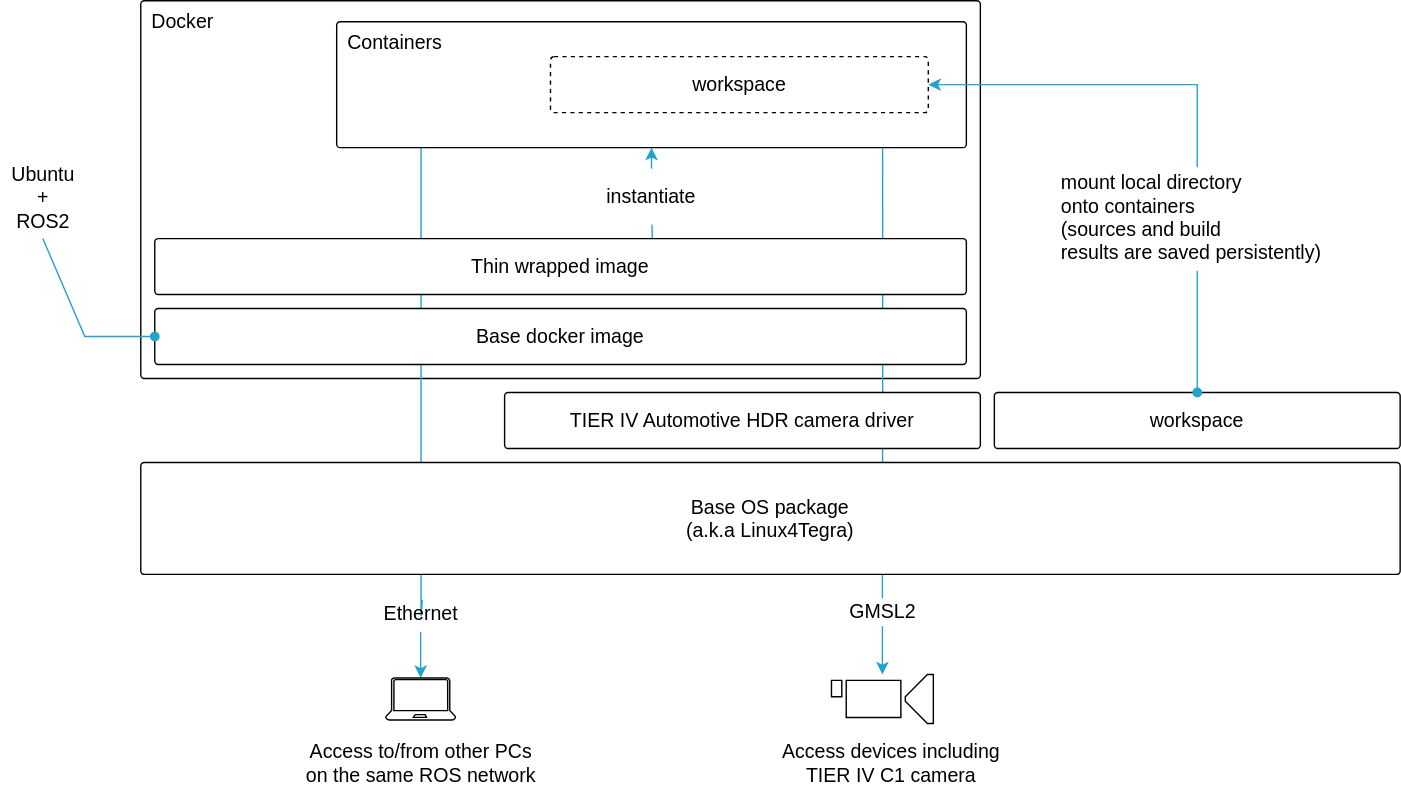
tier4/edge-auto-jetson keeps this draw.io diagram as docs/overview.drawio.svg. Above is the earlier version. Source tidied: cells renumbered, new cells last; positions are measured from the earlier drawing's top-left corner, leaving out a move shared by most shapes. The source it was exported from:
```xml
<mxGraphModel>
  <root>
    <mxCell id="0" />
    <mxCell id="1" parent="0" />
    <mxCell id="2" value="Docker" style="rounded=1;whiteSpace=wrap;html=1;fontSize=14;arcSize=5;absoluteArcSize=1;align=left;verticalAlign=top;spacingLeft=6;" parent="1" vertex="1">
      <mxGeometry x="100" width="600" height="270" as="geometry" />
    </mxCell>
    <mxCell id="3" style="edgeStyle=orthogonalEdgeStyle;rounded=0;jettySize=auto;html=1;strokeWidth=1;fontSize=24;startArrow=none;startFill=0;endArrow=none;endFill=0;entryX=0.517;entryY=0;entryDx=0;entryDy=0;strokeColor=#22A3CD;exitX=0.134;exitY=0.994;exitDx=0;exitDy=0;exitPerimeter=0;entryPerimeter=0;" parent="1" edge="1" source="6" target="18">
      <mxGeometry relative="1" as="geometry">
        <Array as="points">
          <mxPoint x="300" y="440" />
          <mxPoint x="301" y="440" />
        </Array>
      </mxGeometry>
    </mxCell>
    <mxCell id="4" style="edgeStyle=orthogonalEdgeStyle;rounded=0;jettySize=auto;html=1;strokeWidth=1;fontSize=24;startArrow=none;startFill=0;endArrow=classic;endFill=1;strokeColor=#22A3CD;" parent="1" edge="1" source="15" target="10">
      <mxGeometry relative="1" as="geometry" />
    </mxCell>
    <mxCell id="5" style="edgeStyle=orthogonalEdgeStyle;rounded=0;jettySize=auto;html=1;exitX=0.5;exitY=1;exitDx=0;exitDy=0;entryX=0.613;entryY=0.038;entryDx=0;entryDy=0;entryPerimeter=0;strokeColor=#22A3CD;strokeWidth=1;fontSize=24;fontColor=#FFFFFF;startArrow=classic;startFill=1;endArrow=none;endFill=0;" parent="1" edge="1" source="6" target="22">
      <mxGeometry relative="1" as="geometry" />
    </mxCell>
    <mxCell id="6" value="&lt;font style=&quot;font-size: 14px&quot;&gt;Containers&lt;/font&gt;" style="rounded=1;whiteSpace=wrap;html=1;fontSize=14;arcSize=5;absoluteArcSize=1;align=left;verticalAlign=top;spacingLeft=6;" parent="1" vertex="1">
      <mxGeometry x="240" y="15" width="450" height="90" as="geometry" />
    </mxCell>
    <mxCell id="7" value="workspace" style="rounded=1;whiteSpace=wrap;html=1;fontSize=14;arcSize=5;dashed=1;absoluteArcSize=1;" parent="1" vertex="1">
      <mxGeometry x="392.8" y="40" width="270" height="40" as="geometry" />
    </mxCell>
    <mxCell id="8" value="instantiate" style="text;html=1;align=center;verticalAlign=middle;whiteSpace=wrap;rounded=0;fontSize=14;fillColor=default;" parent="1" vertex="1">
      <mxGeometry x="415" y="120" width="100" height="40" as="geometry" />
    </mxCell>
    <mxCell id="9" value="Ubuntu&lt;br style=&quot;font-size: 14px;&quot;&gt;+&lt;br style=&quot;font-size: 14px;&quot;&gt;&lt;div style=&quot;font-size: 14px;&quot;&gt;&lt;span style=&quot;background-color: initial; font-size: 14px;&quot;&gt;ROS2&lt;/span&gt;&lt;/div&gt;" style="text;html=1;align=center;verticalAlign=top;points=[];strokeColor=none;fillColor=none;fontSize=14;spacing=1;" parent="1" vertex="1">
      <mxGeometry y="110" width="60" height="60" as="geometry" />
    </mxCell>
    <mxCell id="10" style="sketch=0;shadow=0;dashed=0;html=1;labelPosition=center;verticalLabelPosition=bottom;verticalAlign=top;outlineConnect=0;align=center;shape=mxgraph.office.devices.video_camera;fontSize=24;" parent="1" vertex="1">
      <mxGeometry x="593.6" y="481.5" width="72.8" height="35" as="geometry" />
    </mxCell>
    <mxCell id="11" style="edgeStyle=orthogonalEdgeStyle;rounded=0;jettySize=auto;html=1;strokeColor=#22A3CD;strokeWidth=1;fontSize=24;fontColor=#FFFFFF;startArrow=none;startFill=0;endArrow=classic;endFill=1;exitX=0.5;exitY=1.15;exitDx=0;exitDy=0;exitPerimeter=0;entryX=0.5;entryY=0;entryDx=0;entryDy=0;entryPerimeter=0;" parent="1" edge="1" source="18" target="17">
      <mxGeometry relative="1" as="geometry" />
    </mxCell>
    <mxCell id="12" value="Access to/from&amp;nbsp;other PCs &lt;br style=&quot;font-size: 14px;&quot;&gt;on the same ROS network" style="text;html=1;align=center;verticalAlign=middle;strokeColor=none;fillColor=none;fontSize=14;" parent="1" vertex="1">
      <mxGeometry x="210" y="525" width="180" height="40" as="geometry" />
    </mxCell>
    <mxCell id="13" value="Access devices including &lt;br style=&quot;font-size: 14px;&quot;&gt;TIER IV C1 camera" style="text;html=1;align=center;verticalAlign=middle;strokeColor=none;fillColor=none;fontSize=14;" parent="1" vertex="1">
      <mxGeometry x="551.4" y="525" width="170" height="40" as="geometry" />
    </mxCell>
    <mxCell id="14" value="mount local directory &lt;br style=&quot;font-size: 14px;&quot;&gt;onto containers&lt;br style=&quot;font-size: 14px;&quot;&gt;&amp;nbsp;(sources and build &lt;br style=&quot;font-size: 14px;&quot;&gt;results are saved persistently)" style="text;html=1;align=left;verticalAlign=middle;points=[];strokeColor=none;fillColor=none;fontSize=14;" parent="1" vertex="1">
      <mxGeometry x="756" y="120" width="200" height="70" as="geometry" />
    </mxCell>
    <mxCell id="15" value="GMSL2" style="text;html=1;align=center;verticalAlign=middle;points=[];strokeColor=none;fillColor=none;fontSize=14;" parent="1" vertex="1">
      <mxGeometry x="600" y="427" width="60" height="20" as="geometry" />
    </mxCell>
    <mxCell id="16" style="edgeStyle=orthogonalEdgeStyle;rounded=0;jettySize=auto;html=1;exitX=0.867;exitY=1.004;exitDx=0;exitDy=0;strokeWidth=1;fontSize=24;startArrow=none;startFill=0;endArrow=none;endFill=1;strokeColor=#22A3CD;exitPerimeter=0;" parent="1" edge="1" source="6" target="15">
      <mxGeometry relative="1" as="geometry" />
    </mxCell>
    <mxCell id="17" style="verticalLabelPosition=bottom;html=1;verticalAlign=top;align=center;shape=mxgraph.azure.laptop;fontSize=14;" parent="1" vertex="1">
      <mxGeometry x="275" y="484" width="50" height="30" as="geometry" />
    </mxCell>
    <mxCell id="18" value="Ethernet" style="text;html=1;align=center;verticalAlign=middle;points=[];strokeColor=none;fillColor=none;fontSize=14;" parent="1" vertex="1">
      <mxGeometry x="265" y="428" width="70" height="20" as="geometry" />
    </mxCell>
    <mxCell id="19" value="workspace" style="rounded=1;whiteSpace=wrap;html=1;fontSize=14;arcSize=5;absoluteArcSize=1;" parent="1" vertex="1">
      <mxGeometry x="710" y="280" width="290" height="40" as="geometry" />
    </mxCell>
    <mxCell id="20" value="TIER IV Automotive HDR camera driver" style="rounded=1;whiteSpace=wrap;html=1;fontSize=14;arcSize=5;absoluteArcSize=1;" parent="1" vertex="1">
      <mxGeometry x="360" y="280" width="340" height="40" as="geometry" />
    </mxCell>
    <mxCell id="21" value="Base docker image" style="rounded=1;whiteSpace=wrap;html=1;fontSize=14;arcSize=5;absoluteArcSize=1;" parent="1" vertex="1">
      <mxGeometry x="110" y="220" width="580" height="40" as="geometry" />
    </mxCell>
    <mxCell id="22" value="Thin wrapped image" style="rounded=1;whiteSpace=wrap;html=1;fontSize=14;arcSize=5;absoluteArcSize=1;" parent="1" vertex="1">
      <mxGeometry x="110" y="170" width="580" height="40" as="geometry" />
    </mxCell>
    <mxCell id="23" value="Base OS package&lt;br style=&quot;font-size: 14px&quot;&gt;(a.k.a Linux4Tegra)" style="rounded=1;whiteSpace=wrap;html=1;fontSize=14;arcSize=5;absoluteArcSize=1;" parent="1" vertex="1">
      <mxGeometry x="100" y="330" width="900" height="80" as="geometry" />
    </mxCell>
    <mxCell id="24" style="endArrow=oval;html=1;rounded=0;fontSize=24;exitX=0.5;exitY=1;exitDx=0;exitDy=0;startArrow=none;startFill=0;strokeWidth=1;endFill=1;exitPerimeter=0;strokeColor=#22A3CD;entryX=0;entryY=0.5;entryDx=0;entryDy=0;" parent="1" edge="1" source="9" target="21">
      <mxGeometry x="-1" y="101" relative="1" as="geometry">
        <Array as="points">
          <mxPoint x="60" y="240" />
        </Array>
        <mxPoint x="-3" y="-6" as="offset" />
      </mxGeometry>
    </mxCell>
    <mxCell id="25" style="edgeStyle=orthogonalEdgeStyle;rounded=0;jettySize=auto;html=1;exitX=0.5;exitY=0;exitDx=0;exitDy=0;strokeWidth=1;fontSize=24;startArrow=oval;startFill=1;strokeColor=#22a3cd;endArrow=none;entryX=0.495;entryY=1.043;entryDx=0;entryDy=0;entryPerimeter=0;" parent="1" edge="1" source="19" target="14">
      <mxGeometry relative="1" as="geometry" />
    </mxCell>
    <mxCell id="26" style="edgeStyle=orthogonalEdgeStyle;rounded=0;jettySize=auto;html=1;exitX=0.495;exitY=-0.014;exitDx=0;exitDy=0;entryX=1;entryY=0.5;entryDx=0;entryDy=0;strokeWidth=1;fontSize=24;startArrow=none;startFill=1;strokeColor=#22a3cd;exitPerimeter=0;" parent="1" edge="1" source="14" target="7">
      <mxGeometry relative="1" as="geometry" />
    </mxCell>
  </root>
</mxGraphModel>
```
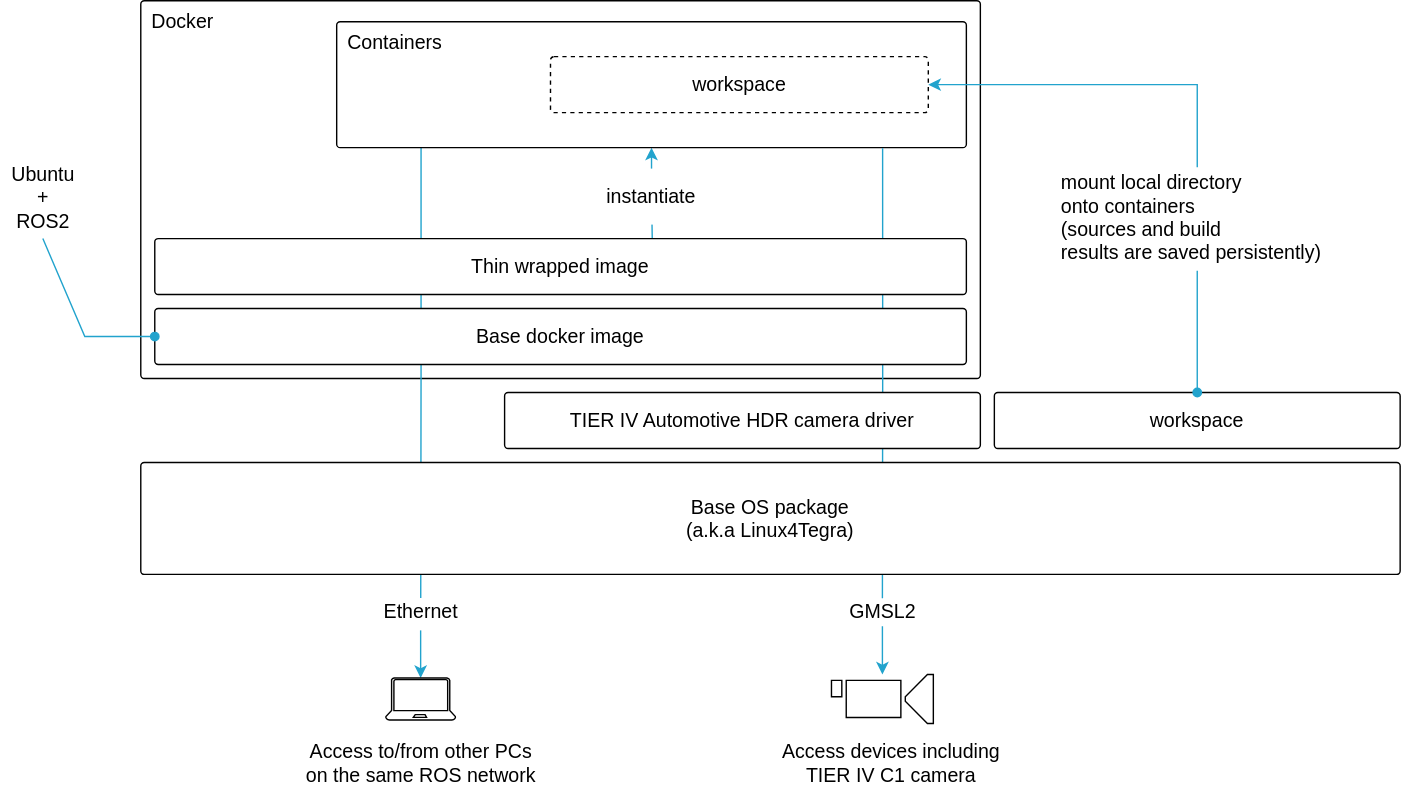
The same file after the commit.

What changed in the source:
```diff
@@ -5,13 +5,8 @@
     <mxCell id="2" value="Docker" style="rounded=1;whiteSpace=wrap;html=1;fontSize=14;arcSize=5;absoluteArcSize=1;align=left;verticalAlign=top;spacingLeft=6;" parent="1" vertex="1">
       <mxGeometry x="100" width="600" height="270" as="geometry" />
     </mxCell>
-    <mxCell id="3" style="edgeStyle=orthogonalEdgeStyle;rounded=0;jettySize=auto;html=1;strokeWidth=1;fontSize=24;startArrow=none;startFill=0;endArrow=none;endFill=0;entryX=0.517;entryY=0;entryDx=0;entryDy=0;strokeColor=#22A3CD;exitX=0.134;exitY=0.994;exitDx=0;exitDy=0;exitPerimeter=0;entryPerimeter=0;" parent="1" edge="1" source="6" target="18">
-      <mxGeometry relative="1" as="geometry">
-        <Array as="points">
-          <mxPoint x="300" y="440" />
-          <mxPoint x="301" y="440" />
-        </Array>
-      </mxGeometry>
+    <mxCell id="3" style="edgeStyle=orthogonalEdgeStyle;rounded=0;jettySize=auto;html=1;strokeWidth=1;fontSize=24;startArrow=none;startFill=0;endArrow=none;endFill=0;strokeColor=#22A3CD;exitX=0.134;exitY=0.994;exitDx=0;exitDy=0;exitPerimeter=0;entryX=0.501;entryY=-0.006;entryDx=0;entryDy=0;entryPerimeter=0;" parent="1" edge="1" source="6" target="18">
+      <mxGeometry relative="1" as="geometry" />
     </mxCell>
     <mxCell id="4" style="edgeStyle=orthogonalEdgeStyle;rounded=0;jettySize=auto;html=1;strokeWidth=1;fontSize=24;startArrow=none;startFill=0;endArrow=classic;endFill=1;strokeColor=#22A3CD;" parent="1" edge="1" source="15" target="10">
       <mxGeometry relative="1" as="geometry" />
@@ -56,7 +51,7 @@
       <mxGeometry x="275" y="484" width="50" height="30" as="geometry" />
     </mxCell>
     <mxCell id="18" value="Ethernet" style="text;html=1;align=center;verticalAlign=middle;points=[];strokeColor=none;fillColor=none;fontSize=14;" parent="1" vertex="1">
-      <mxGeometry x="265" y="428" width="70" height="20" as="geometry" />
+      <mxGeometry x="265" y="427" width="70" height="20" as="geometry" />
     </mxCell>
     <mxCell id="19" value="workspace" style="rounded=1;whiteSpace=wrap;html=1;fontSize=14;arcSize=5;absoluteArcSize=1;" parent="1" vertex="1">
       <mxGeometry x="710" y="280" width="290" height="40" as="geometry" />
```
